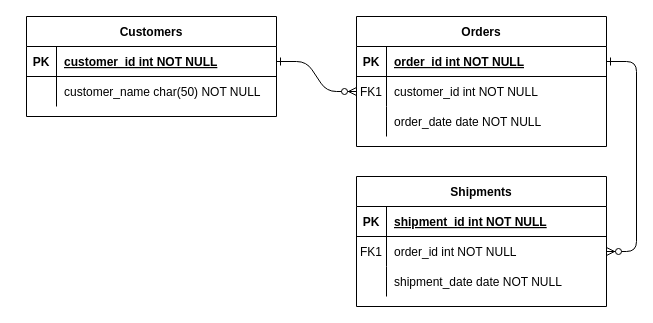
thecogmel/bolaoapp-backend keeps this draw.io diagram as Untitled Diagram.drawio. Above is the earlier version. Source tidied: cells renumbered, new cells numbered last; positions are measured from the earlier drawing's top-left corner, leaving out a move shared by most shapes. Both pictures are drawn from the tidied source at 100%, with x=0, y=0 at pixel (26, 16).
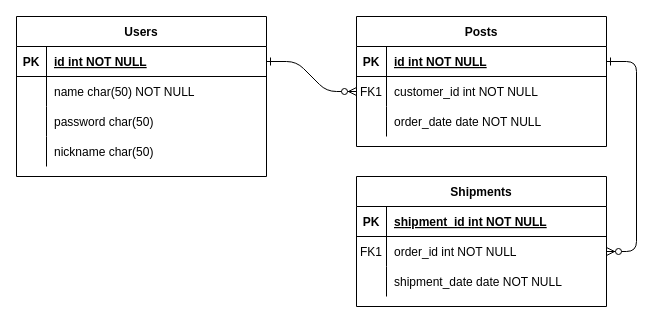
The same page after the edit.

Unchanged cells that the change refers to:
```xml
<mxCell id="5" style="shape=partialRectangle;fillColor=none;points=[[0,0.5],[1,0.5]];portConstraint=eastwest;top=0;left=0;right=0;bottom=1;" parent="4" vertex="1">
  <mxGeometry y="30" width="250" height="30" as="geometry" />
</mxCell>
<mxCell id="25" style="shape=partialRectangle;fillColor=none;points=[[0,0.5],[1,0.5]];portConstraint=eastwest;top=0;left=0;right=0;bottom=1;" parent="24" vertex="1">
  <mxGeometry y="30" width="250" height="30" as="geometry" />
</mxCell>
<mxCell id="28" style="shape=partialRectangle;fillColor=none;top=0;left=0;right=0;bottom=0;" parent="24" vertex="1">
  <mxGeometry y="60" width="250" height="30" as="geometry" />
</mxCell>
```

Diff of the diagram source:
```diff
@@
-    <mxCell id="4" value="Orders" style="shape=table;startSize=30;childLayout=tableLayout;rowLines=0;fontStyle=1;align=center;" parent="1" vertex="1">
+    <mxCell id="4" value="Posts" style="shape=table;startSize=30;childLayout=tableLayout;rowLines=0;fontStyle=1;align=center;" parent="1" vertex="1">
       <mxGeometry x="330" width="250" height="130" as="geometry" />
     </mxCell>
@@
-    <mxCell id="7" value="order_id int NOT NULL " style="shape=partialRectangle;overflow=hidden;fillColor=none;top=0;left=0;bottom=0;right=0;align=left;spacingLeft=6;fontStyle=5;" parent="5" vertex="1">
+    <mxCell id="7" value="id int NOT NULL " style="shape=partialRectangle;overflow=hidden;fillColor=none;top=0;left=0;bottom=0;right=0;align=left;spacingLeft=6;fontStyle=5;" parent="5" vertex="1">
       <mxGeometry x="30" width="220" height="30" as="geometry" />
     </mxCell>
@@
-    <mxCell id="24" value="Customers" style="shape=table;startSize=30;childLayout=tableLayout;rowLines=0;fontStyle=1;align=center;" parent="1" vertex="1">
-      <mxGeometry width="250" height="100" as="geometry" />
+    <mxCell id="24" value="Users" style="shape=table;startSize=30;childLayout=tableLayout;rowLines=0;fontStyle=1;align=center;" parent="1" vertex="1">
+      <mxGeometry x="-10" width="250" height="160" as="geometry" />
     </mxCell>
@@
-    <mxCell id="27" value="customer_id int NOT NULL " style="shape=partialRectangle;overflow=hidden;fillColor=none;top=0;left=0;bottom=0;right=0;align=left;spacingLeft=6;fontStyle=5;" parent="25" vertex="1">
+    <mxCell id="27" value="id int NOT NULL " style="shape=partialRectangle;overflow=hidden;fillColor=none;top=0;left=0;bottom=0;right=0;align=left;spacingLeft=6;fontStyle=5;" parent="25" vertex="1">
       <mxGeometry x="30" width="220" height="30" as="geometry" />
     </mxCell>
@@
-    <mxCell id="30" value="customer_name char(50) NOT NULL" style="shape=partialRectangle;overflow=hidden;fillColor=none;top=0;left=0;bottom=0;right=0;align=left;spacingLeft=6;" parent="28" vertex="1">
+    <mxCell id="30" value="name char(50) NOT NULL" style="shape=partialRectangle;overflow=hidden;fillColor=none;top=0;left=0;bottom=0;right=0;align=left;spacingLeft=6;" parent="28" vertex="1">
       <mxGeometry x="30" width="220" height="30" as="geometry" />
     </mxCell>
+    <mxCell id="31" style="shape=partialRectangle;fillColor=none;top=0;left=0;right=0;bottom=0;" parent="24" vertex="1">
+      <mxGeometry y="90" width="250" height="30" as="geometry" />
+    </mxCell>
+    <mxCell id="32" style="shape=partialRectangle;overflow=hidden;fillColor=none;top=0;left=0;bottom=0;right=0;" parent="31" vertex="1">
+      <mxGeometry width="30" height="30" as="geometry" />
+    </mxCell>
+    <mxCell id="33" value="password char(50)" style="shape=partialRectangle;overflow=hidden;fillColor=none;top=0;left=0;bottom=0;right=0;align=left;spacingLeft=6;" parent="31" vertex="1">
+      <mxGeometry x="30" width="220" height="30" as="geometry" />
+    </mxCell>
+    <mxCell id="34" style="shape=partialRectangle;fillColor=none;top=0;left=0;right=0;bottom=0;" parent="24" vertex="1">
+      <mxGeometry y="120" width="250" height="30" as="geometry" />
+    </mxCell>
+    <mxCell id="35" style="shape=partialRectangle;overflow=hidden;fillColor=none;top=0;left=0;bottom=0;right=0;" parent="34" vertex="1">
+      <mxGeometry width="30" height="30" as="geometry" />
+    </mxCell>
+    <mxCell id="36" value="nickname char(50)" style="shape=partialRectangle;overflow=hidden;fillColor=none;top=0;left=0;bottom=0;right=0;align=left;spacingLeft=6;" parent="34" vertex="1">
+      <mxGeometry x="30" width="220" height="30" as="geometry" />
+    </mxCell>
```
